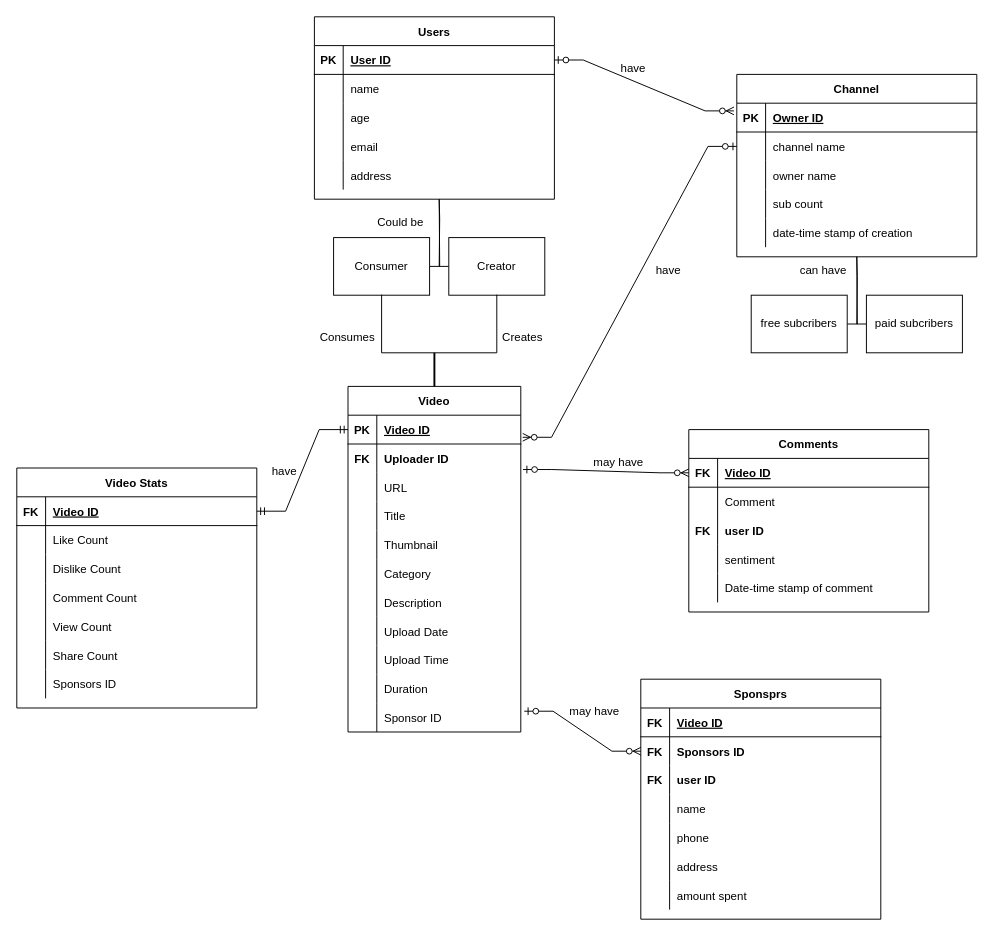
Before: Untitled Diagram.drawio in Shreyansh-code/ER-Diagram-Youtube, a draw.io diagram. Source tidied: cells renumbered, new cells numbered last; positions are measured from the earlier drawing's top-left corner, leaving out a move shared by most shapes. Both pictures are drawn from the tidied source at 96%, with x=0, y=0 at pixel (16, 16).
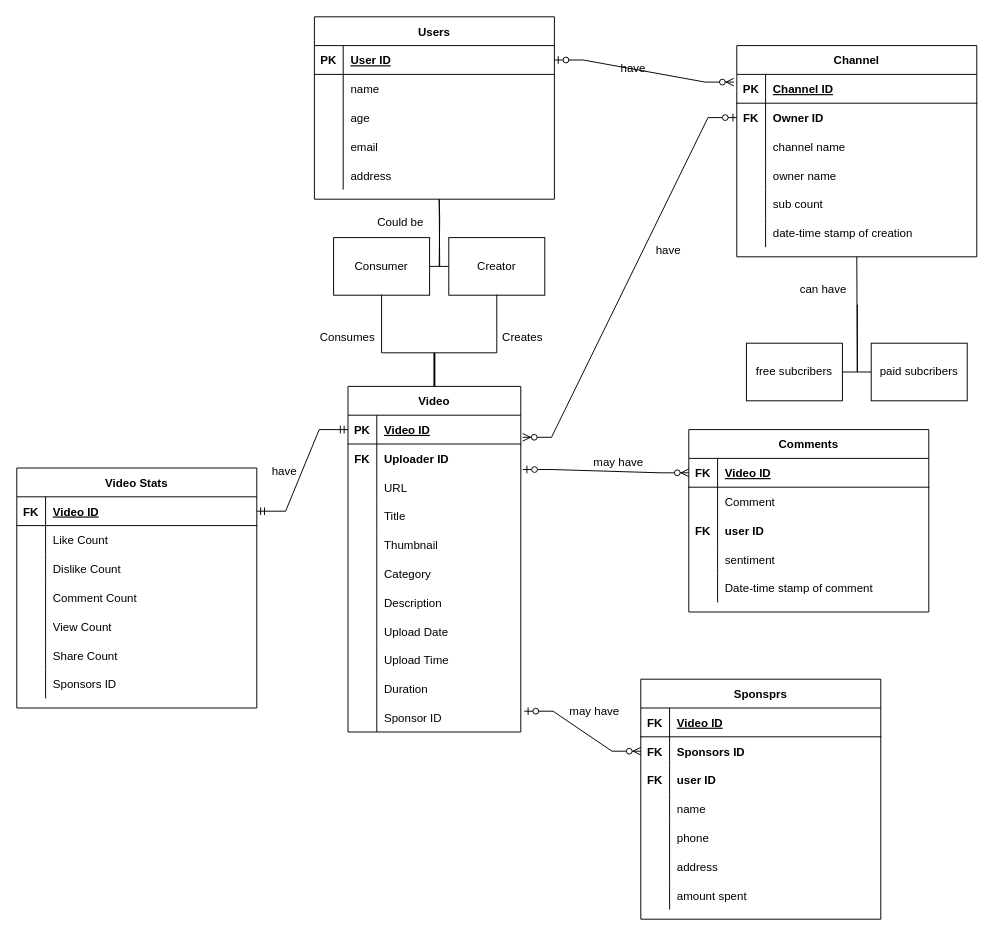
The same diagram, later.

The change refers to these unchanged cells:
```xml
<mxCell id="25" style="shape=partialRectangle;fillColor=none;points=[[0,0.5],[1,0.5]];portConstraint=eastwest;top=0;left=0;right=0;bottom=1;" parent="24" vertex="1">
  <mxGeometry y="30" width="250" height="30" as="geometry" />
</mxCell>
<mxCell id="28" style="shape=partialRectangle;fillColor=none;points=[[0,0.5],[1,0.5]];portConstraint=eastwest;top=0;left=0;right=0;bottom=0;" parent="24" vertex="1">
  <mxGeometry y="60" width="250" height="30" as="geometry" />
</mxCell>
```

The edit, as a diff of the source:
```diff
@@
     <mxCell id="24" value="Channel" style="shape=table;startSize=30;childLayout=tableLayout;rowLines=0;fontStyle=1;align=center;" parent="1" vertex="1">
-      <mxGeometry x="750" y="60" width="250" height="190" as="geometry" />
+      <mxGeometry x="750" y="30" width="250" height="220" as="geometry" />
     </mxCell>
@@
-    <mxCell id="27" value="Owner ID" style="shape=partialRectangle;overflow=hidden;fillColor=none;top=0;left=0;bottom=0;right=0;align=left;spacingLeft=6;fontStyle=5;" parent="25" vertex="1">
+    <mxCell id="27" value="Channel ID" style="shape=partialRectangle;overflow=hidden;fillColor=none;top=0;left=0;bottom=0;right=0;align=left;spacingLeft=6;fontStyle=5;" parent="25" vertex="1">
       <mxGeometry x="30" width="220" height="30" as="geometry" />
     </mxCell>
@@
-    <mxCell id="29" style="shape=partialRectangle;overflow=hidden;fillColor=none;top=0;left=0;bottom=0;right=0;" parent="28" vertex="1">
+    <mxCell id="29" value="FK" style="shape=partialRectangle;overflow=hidden;fillColor=none;top=0;left=0;bottom=0;right=0;fontStyle=1;" parent="28" vertex="1">
       <mxGeometry width="30" height="30" as="geometry" />
     </mxCell>
-    <mxCell id="30" value="channel name" style="shape=partialRectangle;overflow=hidden;fillColor=none;top=0;left=0;bottom=0;right=0;align=left;spacingLeft=6;" parent="28" vertex="1">
+    <mxCell id="30" value="Owner ID" style="shape=partialRectangle;overflow=hidden;fillColor=none;top=0;left=0;bottom=0;right=0;align=left;spacingLeft=6;fontStyle=1;" parent="28" vertex="1">
       <mxGeometry x="30" width="220" height="30" as="geometry" />
     </mxCell>
+    <mxCell id="152" style="shape=partialRectangle;fillColor=none;top=0;left=0;right=0;bottom=0;" parent="24" vertex="1">
+      <mxGeometry y="90" width="250" height="30" as="geometry" />
+    </mxCell>
+    <mxCell id="153" style="shape=partialRectangle;overflow=hidden;fillColor=none;top=0;left=0;bottom=0;right=0;" parent="152" vertex="1">
+      <mxGeometry width="30" height="30" as="geometry" />
+    </mxCell>
+    <mxCell id="154" value="channel name" style="shape=partialRectangle;overflow=hidden;fillColor=none;top=0;left=0;bottom=0;right=0;align=left;spacingLeft=6;" parent="152" vertex="1">
+      <mxGeometry x="30" width="220" height="30" as="geometry" />
+    </mxCell>
     <mxCell id="31" style="shape=partialRectangle;fillColor=none;top=0;left=0;right=0;bottom=0;" parent="24" vertex="1">
-      <mxGeometry y="90" width="250" height="30" as="geometry" />
+      <mxGeometry y="120" width="250" height="30" as="geometry" />
     </mxCell>
@@
     <mxCell id="34" style="shape=partialRectangle;fillColor=none;top=0;left=0;right=0;bottom=0;" parent="24" vertex="1">
-      <mxGeometry y="120" width="250" height="30" as="geometry" />
+      <mxGeometry y="150" width="250" height="30" as="geometry" />
     </mxCell>
@@
     <mxCell id="37" style="shape=partialRectangle;fillColor=none;top=0;left=0;right=0;bottom=0;" parent="24" vertex="1">
-      <mxGeometry y="150" width="250" height="30" as="geometry" />
+      <mxGeometry y="180" width="250" height="30" as="geometry" />
     </mxCell>
@@
     <mxCell id="143" value="have" style="text;strokeColor=none;fillColor=none;spacingLeft=4;spacingRight=4;overflow=hidden;fontSize=12;" parent="1" vertex="1">
-      <mxGeometry x="660" y="250" width="70" height="30" as="geometry" />
+      <mxGeometry x="660" y="230" width="70" height="30" as="geometry" />
     </mxCell>
@@
-    <mxCell id="146" style="edgeStyle=orthogonalEdgeStyle;sourcePerimeterSpacing=0;targetPerimeterSpacing=0;startArrow=none;endArrow=none;rounded=0;targetPortConstraint=eastwest;sourcePortConstraint=northsouth;curved=0;rounded=0;" parent="1" edge="1" target="148">
+    <mxCell id="146" style="edgeStyle=orthogonalEdgeStyle;sourcePerimeterSpacing=0;targetPerimeterSpacing=0;startArrow=none;endArrow=none;rounded=0;targetPortConstraint=eastwest;sourcePortConstraint=northsouth;curved=0;rounded=0;exitX=1.009;exitY=0.994;exitDx=0;exitDy=0;exitPerimeter=0;" parent="1" edge="1" source="151" target="148">
       <mxGeometry relative="1" as="geometry">
-        <mxPoint x="875" y="250" as="sourcePoint" />
+        <Array as="points">
+          <mxPoint x="876" y="370" />
+        </Array>
       </mxGeometry>
     </mxCell>
     <mxCell id="147" value="free subcribers" style="whiteSpace=wrap;html=1;align=center;verticalAlign=middle;strokeWidth=1;" parent="1" vertex="1">
-      <mxGeometry x="765" y="290" width="100" height="60" as="geometry" />
+      <mxGeometry x="760" y="340" width="100" height="60" as="geometry" />
     </mxCell>
     <mxCell id="148" value="paid subcribers" style="whiteSpace=wrap;html=1;align=center;verticalAlign=middle;strokeWidth=1;" parent="1" vertex="1">
-      <mxGeometry x="885" y="290" width="100" height="60" as="geometry" />
+      <mxGeometry x="890" y="340" width="100" height="60" as="geometry" />
     </mxCell>
@@
     <mxCell id="151" value="can have" style="text;strokeColor=none;fillColor=none;spacingLeft=4;spacingRight=4;overflow=hidden;points=[[0,0.5],[1,0.5]];portConstraint=eastwest;fontSize=12;" parent="1" vertex="1">
-      <mxGeometry x="810" y="250" width="65" height="30" as="geometry" />
+      <mxGeometry x="810" y="270" width="65" height="30" as="geometry" />
     </mxCell>
```
